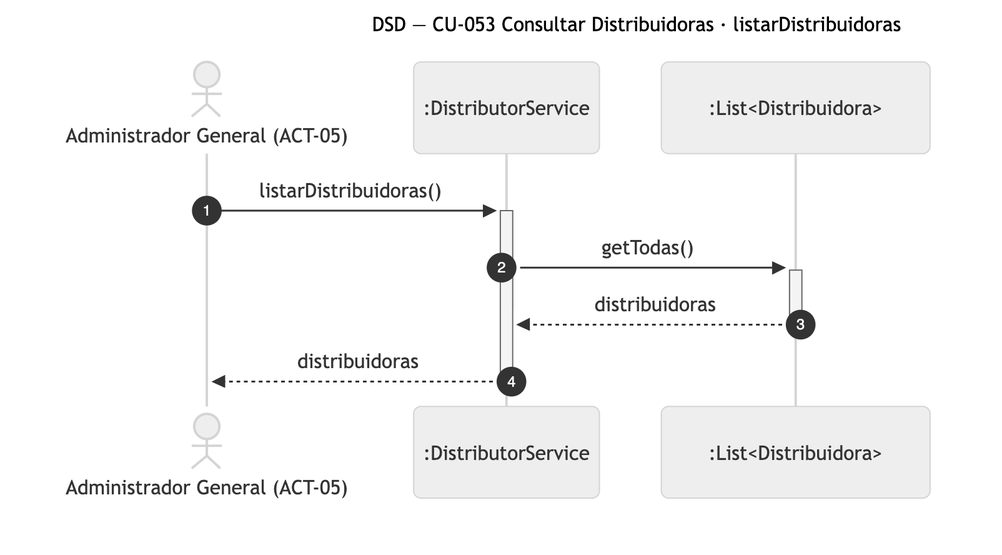
Earlier version of the Mermaid export diagramas/png/DSD_CU-053_listarDistribuidoras.png (Nahuelito-Dev/splg-docs). Its source is kept beside it as diagramas/DSD_CU-053_listarDistribuidoras.mmd. Source of this version:
```mermaid
sequenceDiagram
    title DSD — CU-053 Consultar Distribuidoras · listarDistribuidoras
    autonumber
    actor AGE as Administrador General (ACT-05)
    participant SRV as :DistributorService
    participant LST as :List#lt;Distribuidora#gt;

    AGE->>+SRV: listarDistribuidoras()
    SRV->>+LST: getTodas()
    LST-->>-SRV: distribuidoras
    SRV-->>-AGE: distribuidoras
```
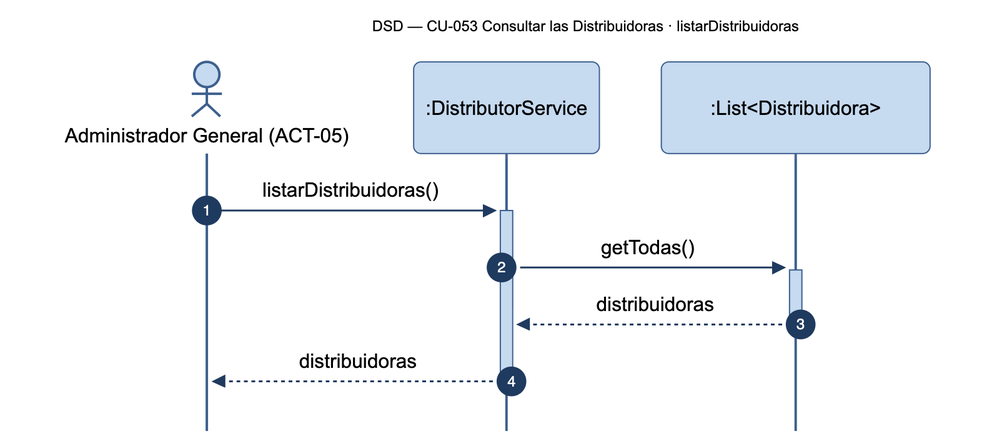
Later version of the same file.

Change to the diagram source:
```diff
@@ -1,5 +1,5 @@
 sequenceDiagram
-    title DSD — CU-053 Consultar Distribuidoras · listarDistribuidoras
+    title DSD — CU-053 Consultar las Distribuidoras · listarDistribuidoras
     autonumber
     actor AGE as Administrador General (ACT-05)
     participant SRV as :DistributorService
```
